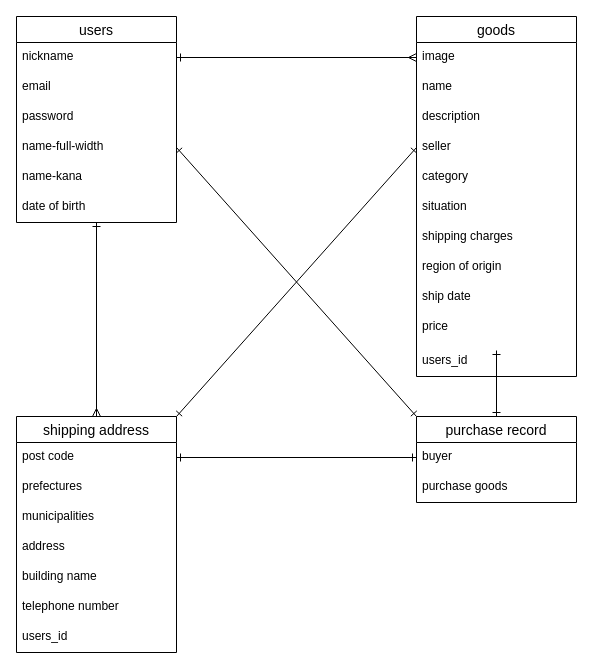
Above: ER.dio in maaatsu/furima-39302 (draw.io), before the change. Source tidied: cells renumbered, new cells numbered last; positions are measured from the earlier drawing's top-left corner, leaving out a move shared by most shapes. Both pictures are drawn from the tidied source at 100%, with x=0, y=0 at pixel (16, 16).
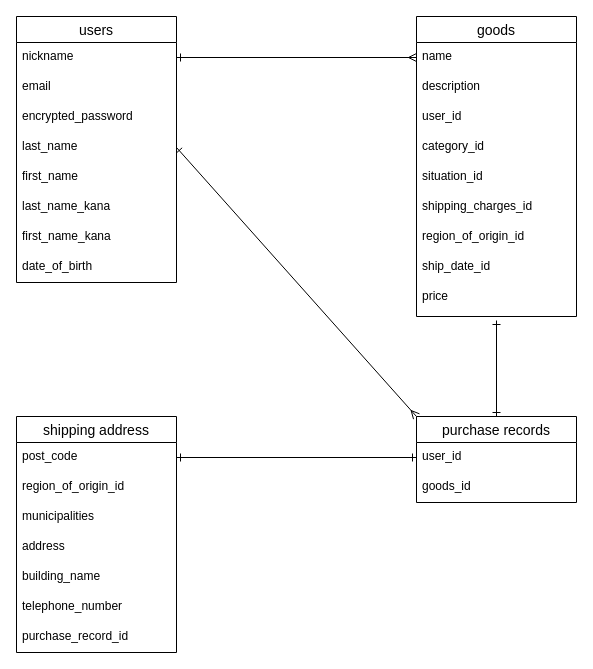
The same diagram, later.

The change refers to these unchanged cells:
```xml
<mxCell id="4" value="nickname" style="text;strokeColor=none;fillColor=none;spacingLeft=4;spacingRight=4;overflow=hidden;points=[[0,0.5],[1,0.5]];portConstraint=eastwest;fontSize=12;" parent="3" vertex="1">
  <mxGeometry y="26" width="160" height="30" as="geometry" />
</mxCell>
<mxCell id="22" value="shipping address" style="swimlane;fontStyle=0;horizontal=1;startSize=26;align=center;fontSize=14;" parent="1" vertex="1">
  <mxGeometry y="400" width="160" height="236" as="geometry" />
</mxCell>
```

What changed in the source:
```diff
@@
-    <mxCell id="2" style="edgeStyle=none;html=1;entryX=0.5;entryY=0;entryDx=0;entryDy=0;strokeWidth=1;endArrow=ERmany;endFill=0;startArrow=ERone;startFill=0;" parent="1" edge="1" source="3" target="22">
-      <mxGeometry relative="1" as="geometry" />
-    </mxCell>
     <mxCell id="3" value="users" style="swimlane;fontStyle=0;horizontal=1;startSize=26;align=center;fontSize=14;" parent="1" vertex="1">
-      <mxGeometry width="160" height="206" as="geometry" />
+      <mxGeometry width="160" height="266" as="geometry" />
     </mxCell>
@@
-    <mxCell id="6" value="password" style="text;strokeColor=none;fillColor=none;spacingLeft=4;spacingRight=4;overflow=hidden;fontSize=12;" parent="3" vertex="1">
+    <mxCell id="6" value="encrypted_password" style="text;strokeColor=none;fillColor=none;spacingLeft=4;spacingRight=4;overflow=hidden;fontSize=12;" parent="3" vertex="1">
       <mxGeometry y="86" width="160" height="30" as="geometry" />
     </mxCell>
-    <mxCell id="7" value="name-full-width" style="text;strokeColor=none;fillColor=none;spacingLeft=4;spacingRight=4;overflow=hidden;points=[[0,0.5],[1,0.5]];portConstraint=eastwest;fontSize=12;" parent="3" vertex="1">
+    <mxCell id="7" value="last_name" style="text;strokeColor=none;fillColor=none;spacingLeft=4;spacingRight=4;overflow=hidden;points=[[0,0.5],[1,0.5]];portConstraint=eastwest;fontSize=12;" parent="3" vertex="1">
       <mxGeometry y="116" width="160" height="30" as="geometry" />
     </mxCell>
-    <mxCell id="8" value="name-kana" style="text;strokeColor=none;fillColor=none;spacingLeft=4;spacingRight=4;overflow=hidden;fontSize=12;" parent="3" vertex="1">
+    <mxCell id="8" value="first_name" style="text;strokeColor=none;fillColor=none;spacingLeft=4;spacingRight=4;overflow=hidden;fontSize=12;" parent="3" vertex="1">
       <mxGeometry y="146" width="160" height="30" as="geometry" />
     </mxCell>
-    <mxCell id="9" value="date of birth" style="text;strokeColor=none;fillColor=none;spacingLeft=4;spacingRight=4;overflow=hidden;fontSize=12;" parent="3" vertex="1">
+    <mxCell id="9" value="last_name_kana" style="text;strokeColor=none;fillColor=none;spacingLeft=4;spacingRight=4;overflow=hidden;fontSize=12;" parent="3" vertex="1">
       <mxGeometry y="176" width="160" height="30" as="geometry" />
     </mxCell>
+    <mxCell id="38" value="first_name_kana" style="text;strokeColor=none;fillColor=none;spacingLeft=4;spacingRight=4;overflow=hidden;fontSize=12;" parent="3" vertex="1">
+      <mxGeometry y="206" width="160" height="30" as="geometry" />
+    </mxCell>
+    <mxCell id="39" value="date_of_birth" style="text;strokeColor=none;fillColor=none;spacingLeft=4;spacingRight=4;overflow=hidden;fontSize=12;" parent="3" vertex="1">
+      <mxGeometry y="236" width="160" height="30" as="geometry" />
+    </mxCell>
     <mxCell id="10" value="goods" style="swimlane;fontStyle=0;horizontal=1;startSize=26;align=center;fontSize=14;" parent="1" vertex="1">
-      <mxGeometry x="400" width="160" height="360" as="geometry" />
+      <mxGeometry x="400" width="160" height="300" as="geometry" />
     </mxCell>
-    <mxCell id="11" value="image" style="text;strokeColor=none;fillColor=none;spacingLeft=4;spacingRight=4;overflow=hidden;points=[[0,0.5],[1,0.5]];portConstraint=eastwest;fontSize=12;" parent="10" vertex="1">
-      <mxGeometry y="26" width="160" height="30" as="geometry" />
-    </mxCell>
     <mxCell id="12" value="name" style="text;strokeColor=none;fillColor=none;spacingLeft=4;spacingRight=4;overflow=hidden;fontSize=12;" parent="10" vertex="1">
-      <mxGeometry y="56" width="160" height="30" as="geometry" />
+      <mxGeometry y="26" width="160" height="30" as="geometry" />
     </mxCell>
     <mxCell id="13" value="description" style="text;strokeColor=none;fillColor=none;spacingLeft=4;spacingRight=4;overflow=hidden;fontSize=12;" parent="10" vertex="1">
-      <mxGeometry y="86" width="160" height="30" as="geometry" />
+      <mxGeometry y="56" width="160" height="30" as="geometry" />
     </mxCell>
-    <mxCell id="14" value="seller" style="text;strokeColor=none;fillColor=none;spacingLeft=4;spacingRight=4;overflow=hidden;points=[[0,0.5],[1,0.5]];portConstraint=eastwest;fontSize=12;" parent="10" vertex="1">
-      <mxGeometry y="116" width="160" height="30" as="geometry" />
+    <mxCell id="14" value="user_id" style="text;strokeColor=none;fillColor=none;spacingLeft=4;spacingRight=4;overflow=hidden;points=[[0,0.5],[1,0.5]];portConstraint=eastwest;fontSize=12;" parent="10" vertex="1">
+      <mxGeometry y="86" width="160" height="30" as="geometry" />
     </mxCell>
-    <mxCell id="15" value="category" style="text;strokeColor=none;fillColor=none;spacingLeft=4;spacingRight=4;overflow=hidden;fontSize=12;" parent="10" vertex="1">
-      <mxGeometry y="146" width="160" height="30" as="geometry" />
+    <mxCell id="15" value="category_id" style="text;strokeColor=none;fillColor=none;spacingLeft=4;spacingRight=4;overflow=hidden;fontSize=12;" parent="10" vertex="1">
+      <mxGeometry y="116" width="160" height="30" as="geometry" />
     </mxCell>
-    <mxCell id="16" value="situation" style="text;strokeColor=none;fillColor=none;spacingLeft=4;spacingRight=4;overflow=hidden;fontSize=12;" parent="10" vertex="1">
-      <mxGeometry y="176" width="160" height="30" as="geometry" />
+    <mxCell id="16" value="situation_id" style="text;strokeColor=none;fillColor=none;spacingLeft=4;spacingRight=4;overflow=hidden;fontSize=12;" parent="10" vertex="1">
+      <mxGeometry y="146" width="160" height="30" as="geometry" />
     </mxCell>
-    <mxCell id="17" value="shipping charges" style="text;strokeColor=none;fillColor=none;spacingLeft=4;spacingRight=4;overflow=hidden;fontSize=12;" parent="10" vertex="1">
-      <mxGeometry y="206" width="160" height="30" as="geometry" />
+    <mxCell id="17" value="shipping_charges_id" style="text;strokeColor=none;fillColor=none;spacingLeft=4;spacingRight=4;overflow=hidden;fontSize=12;" parent="10" vertex="1">
+      <mxGeometry y="176" width="160" height="30" as="geometry" />
     </mxCell>
-    <mxCell id="18" value="region of origin" style="text;strokeColor=none;fillColor=none;spacingLeft=4;spacingRight=4;overflow=hidden;fontSize=12;" parent="10" vertex="1">
-      <mxGeometry y="236" width="160" height="30" as="geometry" />
+    <mxCell id="18" value="region_of_origin_id" style="text;strokeColor=none;fillColor=none;spacingLeft=4;spacingRight=4;overflow=hidden;fontSize=12;" parent="10" vertex="1">
+      <mxGeometry y="206" width="160" height="30" as="geometry" />
     </mxCell>
-    <mxCell id="19" value="ship date" style="text;strokeColor=none;fillColor=none;spacingLeft=4;spacingRight=4;overflow=hidden;fontSize=12;" parent="10" vertex="1">
-      <mxGeometry y="266" width="160" height="30" as="geometry" />
+    <mxCell id="19" value="ship_date_id" style="text;strokeColor=none;fillColor=none;spacingLeft=4;spacingRight=4;overflow=hidden;fontSize=12;" parent="10" vertex="1">
+      <mxGeometry y="236" width="160" height="30" as="geometry" />
     </mxCell>
     <mxCell id="20" value="price" style="text;strokeColor=none;fillColor=none;spacingLeft=4;spacingRight=4;overflow=hidden;points=[[0,0.5],[1,0.5]];portConstraint=eastwest;fontSize=12;" parent="10" vertex="1">
-      <mxGeometry y="296" width="160" height="34" as="geometry" />
+      <mxGeometry y="266" width="160" height="34" as="geometry" />
     </mxCell>
-    <mxCell id="21" value="users_id" style="text;strokeColor=none;fillColor=none;spacingLeft=4;spacingRight=4;overflow=hidden;fontSize=12;" parent="10" vertex="1">
-      <mxGeometry y="330" width="160" height="30" as="geometry" />
-    </mxCell>
@@
-    <mxCell id="23" value="post code" style="text;strokeColor=none;fillColor=none;spacingLeft=4;spacingRight=4;overflow=hidden;points=[[0,0.5],[1,0.5]];portConstraint=eastwest;fontSize=12;" parent="22" vertex="1">
+    <mxCell id="23" value="post_code" style="text;strokeColor=none;fillColor=none;spacingLeft=4;spacingRight=4;overflow=hidden;points=[[0,0.5],[1,0.5]];portConstraint=eastwest;fontSize=12;" parent="22" vertex="1">
       <mxGeometry y="26" width="160" height="30" as="geometry" />
     </mxCell>
-    <mxCell id="24" value="prefectures" style="text;strokeColor=none;fillColor=none;spacingLeft=4;spacingRight=4;overflow=hidden;fontSize=12;" parent="22" vertex="1">
+    <mxCell id="24" value="region_of_origin_id" style="text;strokeColor=none;fillColor=none;spacingLeft=4;spacingRight=4;overflow=hidden;fontSize=12;" parent="22" vertex="1">
       <mxGeometry y="56" width="160" height="30" as="geometry" />
     </mxCell>
@@
-    <mxCell id="27" value="building name" style="text;strokeColor=none;fillColor=none;spacingLeft=4;spacingRight=4;overflow=hidden;fontSize=12;" parent="22" vertex="1">
+    <mxCell id="27" value="building_name" style="text;strokeColor=none;fillColor=none;spacingLeft=4;spacingRight=4;overflow=hidden;fontSize=12;" parent="22" vertex="1">
       <mxGeometry y="146" width="160" height="30" as="geometry" />
     </mxCell>
-    <mxCell id="28" value="telephone number" style="text;strokeColor=none;fillColor=none;spacingLeft=4;spacingRight=4;overflow=hidden;fontSize=12;" parent="22" vertex="1">
+    <mxCell id="28" value="telephone_number" style="text;strokeColor=none;fillColor=none;spacingLeft=4;spacingRight=4;overflow=hidden;fontSize=12;" parent="22" vertex="1">
       <mxGeometry y="176" width="160" height="30" as="geometry" />
     </mxCell>
-    <mxCell id="29" value="users_id" style="text;strokeColor=none;fillColor=none;spacingLeft=4;spacingRight=4;overflow=hidden;fontSize=12;" parent="22" vertex="1">
+    <mxCell id="29" value="purchase_record_id" style="text;strokeColor=none;fillColor=none;spacingLeft=4;spacingRight=4;overflow=hidden;fontSize=12;" parent="22" vertex="1">
       <mxGeometry y="206" width="160" height="30" as="geometry" />
     </mxCell>
@@
-    <mxCell id="31" value="purchase record" style="swimlane;fontStyle=0;horizontal=1;startSize=26;align=center;fontSize=14;" parent="1" vertex="1">
+    <mxCell id="31" value="purchase records" style="swimlane;fontStyle=0;horizontal=1;startSize=26;align=center;fontSize=14;" parent="1" vertex="1">
       <mxGeometry x="400" y="400" width="160" height="86" as="geometry" />
     </mxCell>
-    <mxCell id="32" value="buyer" style="text;strokeColor=none;fillColor=none;spacingLeft=4;spacingRight=4;overflow=hidden;points=[[0,0.5],[1,0.5]];portConstraint=eastwest;fontSize=12;" parent="31" vertex="1">
+    <mxCell id="32" value="user_id" style="text;strokeColor=none;fillColor=none;spacingLeft=4;spacingRight=4;overflow=hidden;points=[[0,0.5],[1,0.5]];portConstraint=eastwest;fontSize=12;" parent="31" vertex="1">
       <mxGeometry y="26" width="160" height="30" as="geometry" />
     </mxCell>
-    <mxCell id="33" value="purchase goods" style="text;strokeColor=none;fillColor=none;spacingLeft=4;spacingRight=4;overflow=hidden;fontSize=12;" parent="31" vertex="1">
+    <mxCell id="33" value="goods_id" style="text;strokeColor=none;fillColor=none;spacingLeft=4;spacingRight=4;overflow=hidden;fontSize=12;" parent="31" vertex="1">
       <mxGeometry y="56" width="160" height="30" as="geometry" />
     </mxCell>
-    <mxCell id="34" style="edgeStyle=none;html=1;exitX=1;exitY=0.5;exitDx=0;exitDy=0;entryX=0;entryY=0.5;entryDx=0;entryDy=0;endArrow=ERmany;endFill=0;strokeWidth=1;startArrow=ERone;startFill=0;targetPerimeterSpacing=0;" parent="1" edge="1" source="4" target="11">
-      <mxGeometry relative="1" as="geometry" />
+    <mxCell id="34" style="edgeStyle=none;html=1;exitX=1;exitY=0.5;exitDx=0;exitDy=0;entryX=0;entryY=0.5;entryDx=0;entryDy=0;endArrow=ERmany;endFill=0;strokeWidth=1;startArrow=ERone;startFill=0;targetPerimeterSpacing=0;" parent="1" edge="1" source="4">
+      <mxGeometry relative="1" as="geometry">
+        <mxPoint x="400" y="41" as="targetPoint" />
+      </mxGeometry>
     </mxCell>
-    <mxCell id="35" style="edgeStyle=none;html=1;exitX=0;exitY=0.5;exitDx=0;exitDy=0;entryX=1;entryY=0;entryDx=0;entryDy=0;strokeWidth=1;endArrow=ERone;endFill=0;startArrow=ERone;startFill=0;" parent="1" edge="1" source="14" target="22">
-      <mxGeometry relative="1" as="geometry" />
-    </mxCell>
-    <mxCell id="36" style="edgeStyle=none;html=1;exitX=1;exitY=0.5;exitDx=0;exitDy=0;entryX=0;entryY=0;entryDx=0;entryDy=0;startArrow=ERone;startFill=0;endArrow=ERone;endFill=0;" parent="1" edge="1" source="7" target="31">
+    <mxCell id="36" style="edgeStyle=none;html=1;exitX=1;exitY=0.5;exitDx=0;exitDy=0;entryX=0;entryY=0;entryDx=0;entryDy=0;startArrow=ERone;startFill=0;endArrow=ERmany;endFill=0;" parent="1" edge="1" source="7" target="31">
       <mxGeometry relative="1" as="geometry" />
     </mxCell>
```
